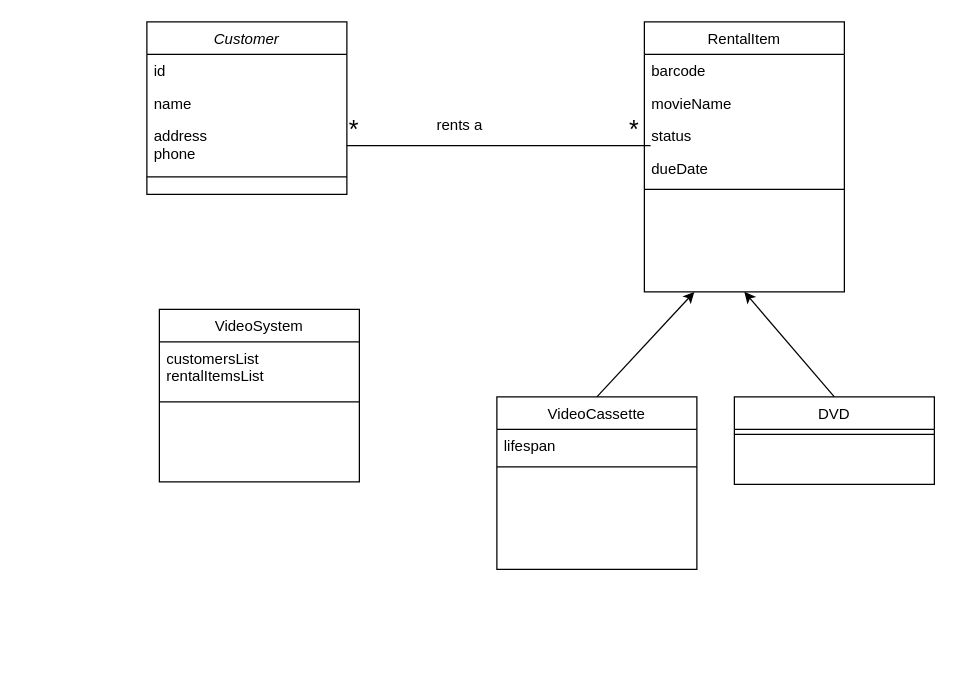
This is Question 3 DS8 Diagram.drawio from keyboard-face/DS8-Software-Engineering, a draw.io file, before an edit. Source tidied: cells renumbered, new cells numbered last; positions are measured from the earlier drawing's top-left corner, leaving out a move shared by most shapes. Both pictures are drawn from the tidied source at 125%, with x=0, y=0 at pixel (146, 21).
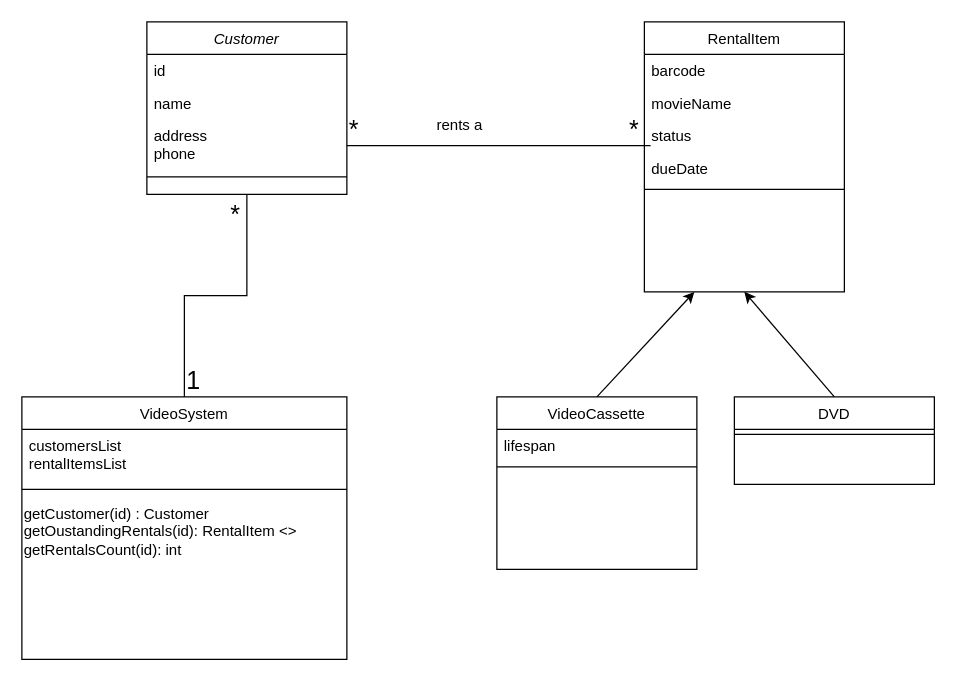
After the change.

The change refers to these unchanged cells:
```xml
<mxCell id="2" value="Customer" style="swimlane;fontStyle=2;align=center;verticalAlign=top;horizontal=1;startSize=26;rounded=0;shadow=0;strokeWidth=1;" parent="1" vertex="1">
  <mxGeometry width="160" height="138" as="geometry" />
</mxCell>
```

Diff of the diagram source:
```diff
@@
     <mxCell id="20" value="VideoSystem" style="swimlane;fontStyle=0;align=center;verticalAlign=top;horizontal=1;startSize=26;rounded=0;shadow=0;strokeWidth=1;" parent="1" vertex="1">
-      <mxGeometry x="10" y="230" width="160" height="138" as="geometry" />
+      <mxGeometry x="-100" y="300" width="260" height="210" as="geometry" />
     </mxCell>
     <mxCell id="21" value="customersList&#10;rentalItemsList" style="text;align=left;verticalAlign=top;spacingLeft=4;spacingRight=4;overflow=hidden;" parent="20" vertex="1">
-      <mxGeometry y="26" width="160" height="44" as="geometry" />
+      <mxGeometry y="26" width="260" height="44" as="geometry" />
     </mxCell>
     <mxCell id="22" style="line;html=1;strokeWidth=1;align=left;verticalAlign=middle;spacingTop=-1;spacingLeft=3;spacingRight=3;labelPosition=right;" parent="20" vertex="1">
-      <mxGeometry y="70" width="160" height="8" as="geometry" />
+      <mxGeometry y="70" width="260" height="8" as="geometry" />
     </mxCell>
+    <mxCell id="27" value="getCustomer(id) : Customer&lt;div&gt;getOustandingRentals(id): RentalItem &amp;lt;&amp;gt;&lt;/div&gt;&lt;div&gt;getRentalsCount(id): int&lt;/div&gt;" style="text;html=1;align=left;verticalAlign=middle;strokeColor=none;fillColor=none;" parent="20" vertex="1">
+      <mxGeometry y="78" width="260" height="60" as="geometry" />
+    </mxCell>
@@
+    <mxCell id="28" style="endArrow=none;html=1;edgeStyle=orthogonalEdgeStyle;rounded=0;entryX=0.5;entryY=1;entryDx=0;entryDy=0;exitX=0.5;exitY=0;exitDx=0;exitDy=0;" parent="1" edge="1" source="20" target="2">
+      <mxGeometry relative="1" as="geometry" />
+    </mxCell>
+    <mxCell id="29" value="1" style="edgeLabel;html=1;align=left;verticalAlign=bottom;fontSize=20;" parent="28" vertex="1">
+      <mxGeometry x="-1" relative="1" as="geometry" />
+    </mxCell>
+    <mxCell id="30" value="*" style="edgeLabel;html=1;align=right;verticalAlign=bottom;fontSize=20;" parent="28" vertex="1">
+      <mxGeometry x="1" relative="1" as="geometry">
+        <mxPoint x="-5" y="29" as="offset" />
+      </mxGeometry>
+    </mxCell>
```
